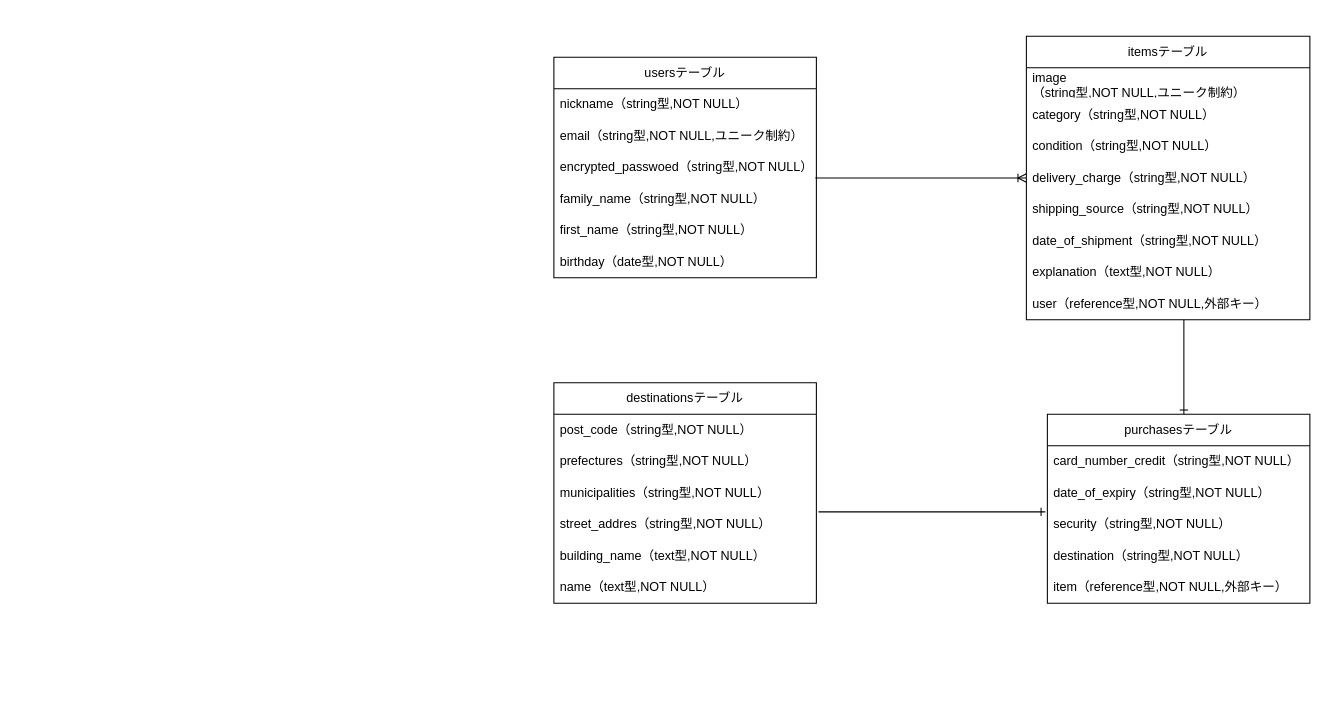
i-v-mii/furima-40333 keeps this draw.io diagram as test.dio. Above is the earlier version. Source tidied: cells renumbered, new cells numbered last; positions are measured from the earlier drawing's top-left corner, leaving out a move shared by most shapes. Both pictures are drawn from the tidied source at 105%, with x=0, y=0 at pixel (553, 36).
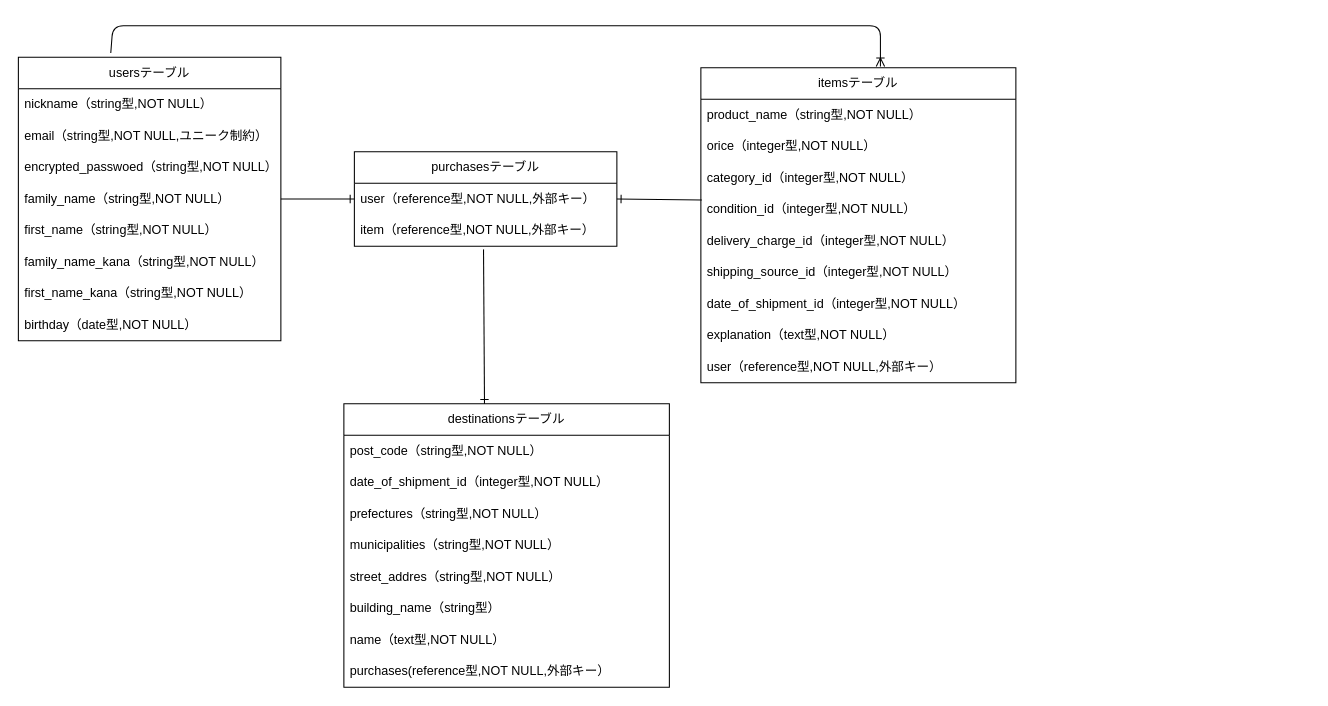
The same diagram, later.

Unchanged cells that the change refers to:
```xml
<mxCell id="5" value="encrypted_passwoed（string型,NOT NULL）" style="text;strokeColor=none;fillColor=none;align=left;verticalAlign=middle;spacingLeft=4;spacingRight=4;overflow=hidden;points=[[0,0.5],[1,0.5]];portConstraint=eastwest;whiteSpace=wrap;html=1;" parent="2" vertex="1">
  <mxGeometry y="90" width="250" height="30" as="geometry" />
</mxCell>
<mxCell id="6" value="family_name（string型,NOT NULL）" style="text;strokeColor=none;fillColor=none;align=left;verticalAlign=middle;spacingLeft=4;spacingRight=4;overflow=hidden;points=[[0,0.5],[1,0.5]];portConstraint=eastwest;whiteSpace=wrap;html=1;" parent="2" vertex="1">
  <mxGeometry y="120" width="250" height="30" as="geometry" />
</mxCell>
```

The edit, as a diff of the source:
```diff
@@
     <mxCell id="2" value="usersテーブル" style="swimlane;fontStyle=0;horizontal=1;startSize=30;whiteSpace=wrap;html=1;" parent="1" vertex="1">
-      <mxGeometry y="20" width="250" height="210" as="geometry" />
+      <mxGeometry x="-510" y="20" width="250" height="270" as="geometry" />
     </mxCell>
@@
+    <mxCell id="35" value="family_name_kana（string型,NOT NULL）" style="text;strokeColor=none;fillColor=none;align=left;verticalAlign=middle;spacingLeft=4;spacingRight=4;overflow=hidden;whiteSpace=wrap;html=1;" parent="2" vertex="1">
+      <mxGeometry y="180" width="250" height="30" as="geometry" />
+    </mxCell>
+    <mxCell id="36" value="first_name_kana（string型,NOT NULL）" style="text;strokeColor=none;fillColor=none;align=left;verticalAlign=middle;spacingLeft=4;spacingRight=4;overflow=hidden;whiteSpace=wrap;html=1;" parent="2" vertex="1">
+      <mxGeometry y="210" width="250" height="30" as="geometry" />
+    </mxCell>
     <mxCell id="8" value="birthday（date型,NOT NULL）" style="text;strokeColor=none;fillColor=none;align=left;verticalAlign=middle;spacingLeft=4;spacingRight=4;overflow=hidden;whiteSpace=wrap;html=1;" parent="2" vertex="1">
-      <mxGeometry y="180" width="250" height="30" as="geometry" />
+      <mxGeometry y="240" width="250" height="30" as="geometry" />
     </mxCell>
     <mxCell id="9" value="itemsテーブル" style="swimlane;fontStyle=0;horizontal=1;startSize=30;whiteSpace=wrap;html=1;" parent="1" vertex="1">
-      <mxGeometry x="450" width="270" height="270" as="geometry" />
+      <mxGeometry x="140" y="30" width="300" height="300" as="geometry" />
     </mxCell>
-    <mxCell id="10" value="&lt;div&gt;&lt;span style=&quot;background-color: initial;&quot;&gt;image&lt;/span&gt;&lt;/div&gt;（string型,NOT NULL,ユニーク制約）" style="text;strokeColor=none;fillColor=none;align=left;verticalAlign=middle;spacingLeft=4;spacingRight=4;overflow=hidden;whiteSpace=wrap;html=1;" parent="9" vertex="1">
-      <mxGeometry y="30" width="270" height="30" as="geometry" />
-    </mxCell>
+    <mxCell id="37" value="product_name（string型,NOT NULL）" style="text;strokeColor=none;fillColor=none;align=left;verticalAlign=middle;spacingLeft=4;spacingRight=4;overflow=hidden;whiteSpace=wrap;html=1;" parent="9" vertex="1">
+      <mxGeometry y="30" width="300" height="30" as="geometry" />
+    </mxCell>
+    <mxCell id="38" value="orice（integer型,NOT NULL）" style="text;strokeColor=none;fillColor=none;align=left;verticalAlign=middle;spacingLeft=4;spacingRight=4;overflow=hidden;whiteSpace=wrap;html=1;" parent="9" vertex="1">
+      <mxGeometry y="60" width="300" height="30" as="geometry" />
+    </mxCell>
-    <mxCell id="11" value="category（string型,NOT NULL）" style="text;strokeColor=none;fillColor=none;align=left;verticalAlign=middle;spacingLeft=4;spacingRight=4;overflow=hidden;whiteSpace=wrap;html=1;" parent="9" vertex="1">
-      <mxGeometry y="60" width="270" height="30" as="geometry" />
+    <mxCell id="11" value="category_id（integer型,NOT NULL）" style="text;strokeColor=none;fillColor=none;align=left;verticalAlign=middle;spacingLeft=4;spacingRight=4;overflow=hidden;whiteSpace=wrap;html=1;" parent="9" vertex="1">
+      <mxGeometry y="90" width="300" height="30" as="geometry" />
     </mxCell>
-    <mxCell id="12" value="condition（string型,NOT NULL）" style="text;strokeColor=none;fillColor=none;align=left;verticalAlign=middle;spacingLeft=4;spacingRight=4;overflow=hidden;points=[[0,0.5],[1,0.5]];portConstraint=eastwest;whiteSpace=wrap;html=1;" parent="9" vertex="1">
-      <mxGeometry y="90" width="270" height="30" as="geometry" />
+    <mxCell id="12" value="condition_id（integer型,NOT NULL）" style="text;strokeColor=none;fillColor=none;align=left;verticalAlign=middle;spacingLeft=4;spacingRight=4;overflow=hidden;points=[[0,0.5],[1,0.5]];portConstraint=eastwest;whiteSpace=wrap;html=1;" parent="9" vertex="1">
+      <mxGeometry y="120" width="300" height="30" as="geometry" />
     </mxCell>
-    <mxCell id="13" value="delivery_charge（string型,NOT NULL）" style="text;strokeColor=none;fillColor=none;align=left;verticalAlign=middle;spacingLeft=4;spacingRight=4;overflow=hidden;points=[[0,0.5],[1,0.5]];portConstraint=eastwest;whiteSpace=wrap;html=1;" parent="9" vertex="1">
-      <mxGeometry y="120" width="270" height="30" as="geometry" />
+    <mxCell id="13" value="delivery_charge_id（integer型,NOT NULL）" style="text;strokeColor=none;fillColor=none;align=left;verticalAlign=middle;spacingLeft=4;spacingRight=4;overflow=hidden;points=[[0,0.5],[1,0.5]];portConstraint=eastwest;whiteSpace=wrap;html=1;" parent="9" vertex="1">
+      <mxGeometry y="150" width="300" height="30" as="geometry" />
     </mxCell>
-    <mxCell id="14" value="shipping_source（string型,NOT NULL）" style="text;strokeColor=none;fillColor=none;align=left;verticalAlign=middle;spacingLeft=4;spacingRight=4;overflow=hidden;whiteSpace=wrap;html=1;" parent="9" vertex="1">
-      <mxGeometry y="150" width="270" height="30" as="geometry" />
+    <mxCell id="14" value="shipping_source_id（integer型,NOT NULL）" style="text;strokeColor=none;fillColor=none;align=left;verticalAlign=middle;spacingLeft=4;spacingRight=4;overflow=hidden;whiteSpace=wrap;html=1;" parent="9" vertex="1">
+      <mxGeometry y="180" width="300" height="30" as="geometry" />
     </mxCell>
-    <mxCell id="15" value="date_of_shipment（string型,NOT NULL）" style="text;strokeColor=none;fillColor=none;align=left;verticalAlign=middle;spacingLeft=4;spacingRight=4;overflow=hidden;whiteSpace=wrap;html=1;" parent="9" vertex="1">
-      <mxGeometry y="180" width="270" height="30" as="geometry" />
+    <mxCell id="15" value="date_of_shipment_id（integer型,NOT NULL）" style="text;strokeColor=none;fillColor=none;align=left;verticalAlign=middle;spacingLeft=4;spacingRight=4;overflow=hidden;whiteSpace=wrap;html=1;" parent="9" vertex="1">
+      <mxGeometry y="210" width="300" height="30" as="geometry" />
     </mxCell>
     <mxCell id="16" value="explanation（text型,NOT NULL）" style="text;strokeColor=none;fillColor=none;align=left;verticalAlign=middle;spacingLeft=4;spacingRight=4;overflow=hidden;whiteSpace=wrap;html=1;" parent="9" vertex="1">
-      <mxGeometry y="210" width="270" height="30" as="geometry" />
+      <mxGeometry y="240" width="300" height="30" as="geometry" />
     </mxCell>
     <mxCell id="17" value="user（reference型,NOT NULL,外部キー）" style="text;strokeColor=none;fillColor=none;align=left;verticalAlign=middle;spacingLeft=4;spacingRight=4;overflow=hidden;whiteSpace=wrap;html=1;" parent="9" vertex="1">
-      <mxGeometry y="240" width="270" height="30" as="geometry" />
+      <mxGeometry y="270" width="300" height="30" as="geometry" />
     </mxCell>
     <mxCell id="18" value="destinationsテーブル" style="swimlane;fontStyle=0;horizontal=1;startSize=30;whiteSpace=wrap;html=1;" parent="1" vertex="1">
-      <mxGeometry y="330" width="250" height="210" as="geometry" />
+      <mxGeometry x="-200" y="350" width="310" height="270" as="geometry" />
     </mxCell>
     <mxCell id="19" value="post_code（string型,NOT NULL）" style="text;strokeColor=none;fillColor=none;align=left;verticalAlign=middle;spacingLeft=4;spacingRight=4;overflow=hidden;whiteSpace=wrap;html=1;" parent="18" vertex="1">
-      <mxGeometry y="30" width="250" height="30" as="geometry" />
+      <mxGeometry y="30" width="310" height="30" as="geometry" />
     </mxCell>
+    <mxCell id="39" value="date_of_shipment_id（integer型,NOT NULL）" style="text;strokeColor=none;fillColor=none;align=left;verticalAlign=middle;spacingLeft=4;spacingRight=4;overflow=hidden;whiteSpace=wrap;html=1;" parent="18" vertex="1">
+      <mxGeometry y="60" width="310" height="30" as="geometry" />
+    </mxCell>
     <mxCell id="20" value="prefectures（string型,NOT NULL）" style="text;strokeColor=none;fillColor=none;align=left;verticalAlign=middle;spacingLeft=4;spacingRight=4;overflow=hidden;whiteSpace=wrap;html=1;" parent="18" vertex="1">
-      <mxGeometry y="60" width="250" height="30" as="geometry" />
+      <mxGeometry y="90" width="310" height="30" as="geometry" />
     </mxCell>
     <mxCell id="21" value="municipalities（string型,NOT NULL）" style="text;strokeColor=none;fillColor=none;align=left;verticalAlign=middle;spacingLeft=4;spacingRight=4;overflow=hidden;whiteSpace=wrap;html=1;" parent="18" vertex="1">
-      <mxGeometry y="90" width="250" height="30" as="geometry" />
+      <mxGeometry y="120" width="310" height="30" as="geometry" />
     </mxCell>
     <mxCell id="22" value="street_addres（string型,NOT NULL）" style="text;strokeColor=none;fillColor=none;align=left;verticalAlign=middle;spacingLeft=4;spacingRight=4;overflow=hidden;points=[[0,0.5],[1,0.5]];portConstraint=eastwest;whiteSpace=wrap;html=1;" parent="18" vertex="1">
-      <mxGeometry y="120" width="250" height="30" as="geometry" />
+      <mxGeometry y="150" width="310" height="30" as="geometry" />
     </mxCell>
-    <mxCell id="23" value="building_name（text型,NOT NULL）" style="text;strokeColor=none;fillColor=none;align=left;verticalAlign=middle;spacingLeft=4;spacingRight=4;overflow=hidden;whiteSpace=wrap;html=1;" parent="18" vertex="1">
-      <mxGeometry y="150" width="250" height="30" as="geometry" />
+    <mxCell id="23" value="building_name（string型）" style="text;strokeColor=none;fillColor=none;align=left;verticalAlign=middle;spacingLeft=4;spacingRight=4;overflow=hidden;whiteSpace=wrap;html=1;" parent="18" vertex="1">
+      <mxGeometry y="180" width="310" height="30" as="geometry" />
     </mxCell>
     <mxCell id="24" value="name（text型,NOT NULL）" style="text;strokeColor=none;fillColor=none;align=left;verticalAlign=middle;spacingLeft=4;spacingRight=4;overflow=hidden;whiteSpace=wrap;html=1;" parent="18" vertex="1">
-      <mxGeometry y="180" width="250" height="30" as="geometry" />
+      <mxGeometry y="210" width="310" height="30" as="geometry" />
     </mxCell>
+    <mxCell id="40" value="purchases(reference型,NOT NULL,外部キー）" style="text;strokeColor=none;fillColor=none;align=left;verticalAlign=middle;spacingLeft=4;spacingRight=4;overflow=hidden;whiteSpace=wrap;html=1;" parent="18" vertex="1">
+      <mxGeometry y="240" width="310" height="30" as="geometry" />
+    </mxCell>
-    <mxCell id="25" style="edgeStyle=none;html=1;endArrow=ERone;endFill=0;entryX=-0.008;entryY=0.1;entryDx=0;entryDy=0;entryPerimeter=0;exitX=1.008;exitY=0.1;exitDx=0;exitDy=0;exitPerimeter=0;" parent="1" edge="1" source="22" target="29">
+    <mxCell id="25" style="edgeStyle=none;html=1;endArrow=ERone;endFill=0;exitX=0.492;exitY=1.1;exitDx=0;exitDy=0;exitPerimeter=0;entryX=0.432;entryY=0;entryDx=0;entryDy=0;entryPerimeter=0;" parent="1" edge="1" source="31" target="18">
       <mxGeometry relative="1" as="geometry" />
     </mxCell>
     <mxCell id="26" value="purchasesテーブル" style="swimlane;fontStyle=0;horizontal=1;startSize=30;whiteSpace=wrap;html=1;" parent="1" vertex="1">
-      <mxGeometry x="470" y="360" width="250" height="180" as="geometry" />
+      <mxGeometry x="-190" y="110" width="250" height="90" as="geometry" />
     </mxCell>
-    <mxCell id="27" value="card_number_credit（string型,NOT NULL）" style="text;strokeColor=none;fillColor=none;align=left;verticalAlign=middle;spacingLeft=4;spacingRight=4;overflow=hidden;whiteSpace=wrap;html=1;" parent="26" vertex="1">
-      <mxGeometry y="30" width="250" height="30" as="geometry" />
-    </mxCell>
-    <mxCell id="28" value="date_of_expiry（string型,NOT NULL）" style="text;strokeColor=none;fillColor=none;align=left;verticalAlign=middle;spacingLeft=4;spacingRight=4;overflow=hidden;whiteSpace=wrap;html=1;" parent="26" vertex="1">
-      <mxGeometry y="60" width="250" height="30" as="geometry" />
-    </mxCell>
-    <mxCell id="29" value="security（string型,NOT NULL）" style="text;strokeColor=none;fillColor=none;align=left;verticalAlign=middle;spacingLeft=4;spacingRight=4;overflow=hidden;points=[[0,0.5],[1,0.5]];portConstraint=eastwest;whiteSpace=wrap;html=1;" parent="26" vertex="1">
-      <mxGeometry y="90" width="250" height="30" as="geometry" />
-    </mxCell>
-    <mxCell id="30" value="destination（string型,NOT NULL）" style="text;strokeColor=none;fillColor=none;align=left;verticalAlign=middle;spacingLeft=4;spacingRight=4;overflow=hidden;whiteSpace=wrap;html=1;" parent="26" vertex="1">
-      <mxGeometry y="120" width="250" height="30" as="geometry" />
-    </mxCell>
+    <mxCell id="41" value="user（reference型,NOT NULL,外部キー）" style="text;strokeColor=none;fillColor=none;align=left;verticalAlign=middle;spacingLeft=4;spacingRight=4;overflow=hidden;points=[[0,0.5],[1,0.5]];portConstraint=eastwest;whiteSpace=wrap;html=1;" parent="26" vertex="1">
+      <mxGeometry y="30" width="250" height="30" as="geometry" />
+    </mxCell>
     <mxCell id="31" value="item（reference型,NOT NULL,外部キー）" style="text;strokeColor=none;fillColor=none;align=left;verticalAlign=middle;spacingLeft=4;spacingRight=4;overflow=hidden;points=[[0,0.5],[1,0.5]];portConstraint=eastwest;whiteSpace=wrap;html=1;" parent="26" vertex="1">
-      <mxGeometry y="150" width="250" height="30" as="geometry" />
+      <mxGeometry y="60" width="250" height="30" as="geometry" />
     </mxCell>
-    <mxCell id="32" style="edgeStyle=none;html=1;endArrow=ERoneToMany;endFill=0;exitX=0.996;exitY=0.833;exitDx=0;exitDy=0;exitPerimeter=0;entryX=0;entryY=0.5;entryDx=0;entryDy=0;" parent="1" edge="1" source="5" target="13">
-      <mxGeometry relative="1" as="geometry" />
+    <mxCell id="32" style="edgeStyle=none;html=1;endArrow=ERoneToMany;endFill=0;exitX=0.352;exitY=-0.015;exitDx=0;exitDy=0;exitPerimeter=0;entryX=0.57;entryY=-0.004;entryDx=0;entryDy=0;entryPerimeter=0;" parent="1" edge="1" source="2" target="9">
+      <mxGeometry relative="1" as="geometry">
+        <Array as="points">
+          <mxPoint x="-420" y="-10" />
+          <mxPoint x="-40" y="-10" />
+          <mxPoint x="311" y="-10" />
+        </Array>
+      </mxGeometry>
     </mxCell>
-    <mxCell id="33" style="edgeStyle=none;html=1;endArrow=ERone;endFill=0;" parent="1" edge="1">
-      <mxGeometry relative="1" as="geometry">
-        <mxPoint x="600" y="270" as="sourcePoint" />
-        <mxPoint x="600" y="360" as="targetPoint" />
-        <Array as="points">
-          <mxPoint x="600" y="360" />
-        </Array>
-      </mxGeometry>
+    <mxCell id="33" style="edgeStyle=none;html=1;endArrow=ERone;endFill=0;exitX=0.003;exitY=0.2;exitDx=0;exitDy=0;exitPerimeter=0;entryX=1;entryY=0.5;entryDx=0;entryDy=0;" parent="1" edge="1" source="12" target="41">
+      <mxGeometry relative="1" as="geometry" />
     </mxCell>
@@
+    <mxCell id="42" style="edgeStyle=none;html=1;endArrow=ERone;endFill=0;exitX=1;exitY=0.5;exitDx=0;exitDy=0;entryX=0;entryY=0.5;entryDx=0;entryDy=0;" parent="1" edge="1" source="6" target="41">
+      <mxGeometry relative="1" as="geometry" />
+    </mxCell>
```
